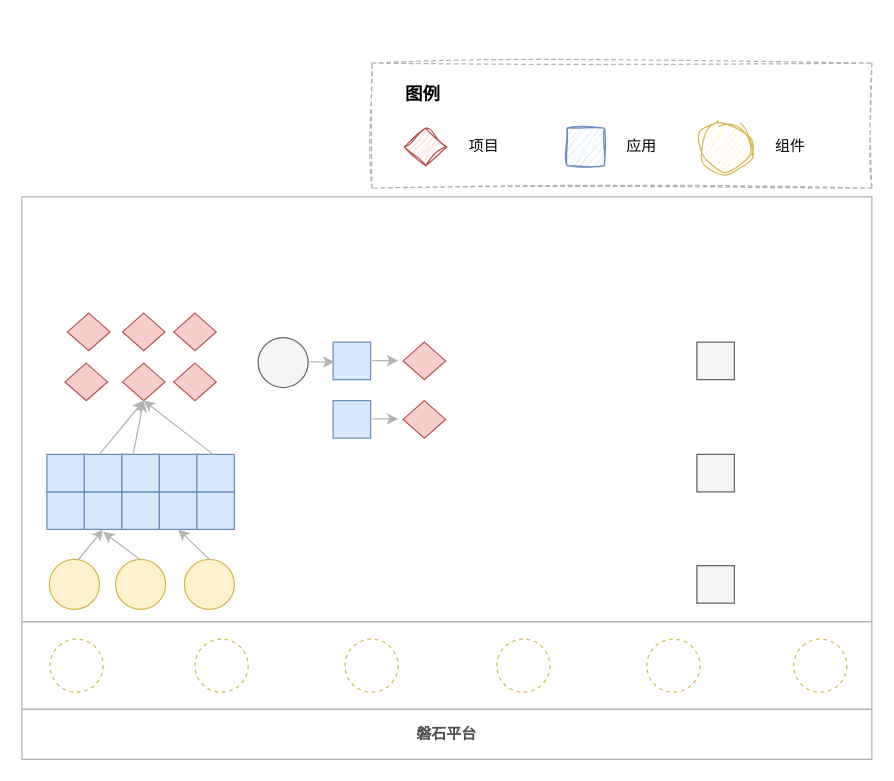
This is 低代码—项目背景.drawio from tangyaosimida/love, a draw.io file, before an edit. Source tidied: cells renumbered, new cells numbered last; positions are measured from the earlier drawing's top-left corner, leaving out a move shared by most shapes. Both pictures are drawn from the tidied source at 125%, with x=0, y=0 at pixel (21, 62).
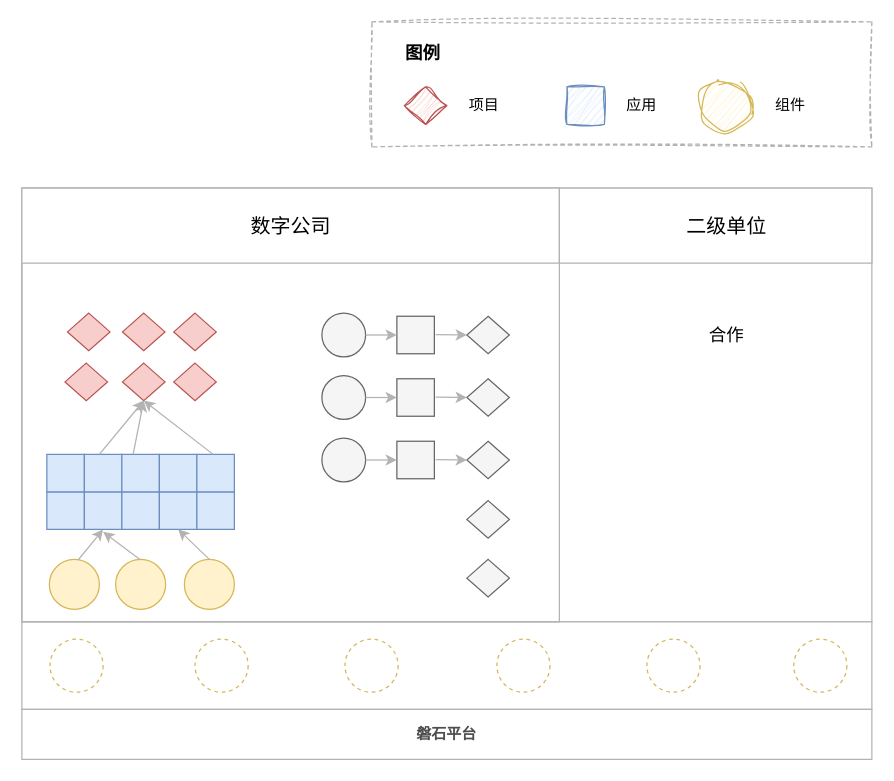
The same page after the edit.

Commit message (it also covers changes not shown here):
更新低代码—项目背景.drawio

What changed in the source:
```diff
@@
     <mxCell id="2" style="rounded=0;whiteSpace=wrap;html=1;dashed=1;strokeColor=#B3B3B3;sketch=1;curveFitting=1;jiggle=2;" parent="1" vertex="1">
-      <mxGeometry x="280" width="400" height="100" as="geometry" />
+      <mxGeometry x="280" y="-33" width="400" height="100" as="geometry" />
     </mxCell>
     <mxCell id="3" style="rounded=0;whiteSpace=wrap;html=1;strokeColor=#B3B3B3;" parent="1" vertex="1">
-      <mxGeometry y="107" width="680" height="340" as="geometry" />
+      <mxGeometry y="100" width="680" height="347" as="geometry" />
     </mxCell>
@@
     <mxCell id="29" style="ellipse;whiteSpace=wrap;html=1;fillColor=#f5f5f5;strokeColor=#666666;fontColor=#333333;" parent="1" vertex="1">
-      <mxGeometry x="189" y="219.5" width="40" height="40" as="geometry" />
+      <mxGeometry x="240" y="200" width="35" height="35" as="geometry" />
     </mxCell>
-    <mxCell id="30" style="rounded=0;whiteSpace=wrap;html=1;fillColor=#dae8fc;strokeColor=#6c8ebf;" parent="1" vertex="1">
-      <mxGeometry x="249" y="223.2" width="30" height="30" as="geometry" />
+    <mxCell id="30" style="rounded=0;whiteSpace=wrap;html=1;fillColor=#f5f5f5;strokeColor=#666666;fontColor=#333333;" parent="1" vertex="1">
+      <mxGeometry x="300" y="202.5" width="30" height="30" as="geometry" />
     </mxCell>
-    <mxCell id="31" style="rhombus;whiteSpace=wrap;html=1;fillColor=#f8cecc;strokeColor=#b85450;" parent="1" vertex="1">
-      <mxGeometry x="305" y="223.2" width="34" height="30" as="geometry" />
+    <mxCell id="31" style="rhombus;whiteSpace=wrap;html=1;fillColor=#f5f5f5;strokeColor=#666666;fontColor=#333333;" parent="1" vertex="1">
+      <mxGeometry x="356" y="202.5" width="34" height="30" as="geometry" />
     </mxCell>
-    <mxCell id="32" style="rounded=0;whiteSpace=wrap;html=1;fillColor=#dae8fc;strokeColor=#6c8ebf;" parent="1" vertex="1">
-      <mxGeometry x="249" y="270" width="30" height="30" as="geometry" />
-    </mxCell>
-    <mxCell id="33" style="rhombus;whiteSpace=wrap;html=1;fillColor=#f8cecc;strokeColor=#b85450;" parent="1" vertex="1">
-      <mxGeometry x="305" y="270" width="34" height="30" as="geometry" />
-    </mxCell>
@@
-    <mxCell id="41" style="endArrow=classic;html=1;rounded=0;entryX=0;entryY=0.5;entryDx=0;entryDy=0;strokeColor=#B3B3B3;" parent="1" edge="1">
-      <mxGeometry relative="1" as="geometry">
-        <mxPoint x="229" y="239" as="sourcePoint" />
-        <mxPoint x="250" y="239" as="targetPoint" />
-      </mxGeometry>
+    <mxCell id="41" style="endArrow=classic;html=1;rounded=0;entryX=0;entryY=0.5;entryDx=0;entryDy=0;strokeColor=#B3B3B3;exitX=1;exitY=0.5;exitDx=0;exitDy=0;" parent="1" edge="1" source="29" target="30">
+      <mxGeometry relative="1" as="geometry" />
     </mxCell>
-    <mxCell id="42" style="endArrow=classic;html=1;rounded=0;entryX=0;entryY=0.5;entryDx=0;entryDy=0;strokeColor=#B3B3B3;" parent="1" edge="1">
+    <mxCell id="42" style="endArrow=classic;html=1;rounded=0;entryX=0;entryY=0.5;entryDx=0;entryDy=0;strokeColor=#B3B3B3;" parent="1" edge="1" target="31">
       <mxGeometry relative="1" as="geometry">
-        <mxPoint x="280" y="238" as="sourcePoint" />
-        <mxPoint x="301" y="238" as="targetPoint" />
+        <mxPoint x="331" y="217.2" as="sourcePoint" />
       </mxGeometry>
     </mxCell>
-    <mxCell id="43" style="endArrow=classic;html=1;rounded=0;entryX=0;entryY=0.5;entryDx=0;entryDy=0;strokeColor=#B3B3B3;" parent="1" edge="1">
-      <mxGeometry relative="1" as="geometry">
-        <mxPoint x="280" y="284.6" as="sourcePoint" />
-        <mxPoint x="301" y="284.6" as="targetPoint" />
-      </mxGeometry>
-    </mxCell>
-    <mxCell id="44" style="rounded=0;whiteSpace=wrap;html=1;fillColor=#f5f5f5;strokeColor=#666666;fontColor=#333333;" parent="1" vertex="1">
-      <mxGeometry x="540" y="223.2" width="30" height="30" as="geometry" />
-    </mxCell>
-    <mxCell id="45" style="rounded=0;whiteSpace=wrap;html=1;fillColor=#f5f5f5;strokeColor=#666666;fontColor=#333333;" parent="1" vertex="1">
-      <mxGeometry x="540" y="313" width="30" height="30" as="geometry" />
-    </mxCell>
-    <mxCell id="46" style="rounded=0;whiteSpace=wrap;html=1;fillColor=#f5f5f5;strokeColor=#666666;fontColor=#333333;" parent="1" vertex="1">
-      <mxGeometry x="540" y="402" width="30" height="30" as="geometry" />
-    </mxCell>
     <mxCell id="47" style="rounded=0;whiteSpace=wrap;html=1;fillColor=#dae8fc;strokeColor=#6c8ebf;sketch=1;curveFitting=1;jiggle=2;" parent="1" vertex="1">
-      <mxGeometry x="436" y="52" width="30" height="30" as="geometry" />
+      <mxGeometry x="436" y="19" width="30" height="30" as="geometry" />
     </mxCell>
     <mxCell id="48" style="rhombus;whiteSpace=wrap;html=1;fillColor=#f8cecc;strokeColor=#b85450;sketch=1;curveFitting=1;jiggle=2;" parent="1" vertex="1">
-      <mxGeometry x="306" y="52" width="34" height="30" as="geometry" />
+      <mxGeometry x="306" y="19" width="34" height="30" as="geometry" />
     </mxCell>
     <mxCell id="49" style="ellipse;whiteSpace=wrap;html=1;fillColor=#fff2cc;strokeColor=#d6b656;sketch=1;curveFitting=1;jiggle=2;" parent="1" vertex="1">
-      <mxGeometry x="542.5" y="45.8" width="42.5" height="42.5" as="geometry" />
+      <mxGeometry x="542.5" y="12.8" width="42.5" height="42.5" as="geometry" />
     </mxCell>
     <mxCell id="50" value="项目" style="text;html=1;strokeColor=none;fillColor=none;align=center;verticalAlign=middle;whiteSpace=wrap;rounded=0;" parent="1" vertex="1">
-      <mxGeometry x="340" y="52" width="60" height="30" as="geometry" />
+      <mxGeometry x="340" y="19" width="60" height="30" as="geometry" />
     </mxCell>
     <mxCell id="51" value="应用" style="text;html=1;strokeColor=none;fillColor=none;align=center;verticalAlign=middle;whiteSpace=wrap;rounded=0;" parent="1" vertex="1">
-      <mxGeometry x="466" y="52" width="60" height="30" as="geometry" />
+      <mxGeometry x="466" y="19" width="60" height="30" as="geometry" />
     </mxCell>
     <mxCell id="52" value="组件" style="text;html=1;strokeColor=none;fillColor=none;align=center;verticalAlign=middle;whiteSpace=wrap;rounded=0;" parent="1" vertex="1">
-      <mxGeometry x="585" y="52" width="60" height="30" as="geometry" />
+      <mxGeometry x="585" y="19" width="60" height="30" as="geometry" />
     </mxCell>
     <mxCell id="53" value="&lt;font style=&quot;font-size: 14px;&quot;&gt;图例&lt;/font&gt;" style="text;html=1;strokeColor=none;fillColor=none;align=center;verticalAlign=middle;whiteSpace=wrap;rounded=0;fontStyle=1;" parent="1" vertex="1">
-      <mxGeometry x="291" y="10" width="60" height="30" as="geometry" />
+      <mxGeometry x="291" y="-23" width="60" height="30" as="geometry" />
     </mxCell>
@@
+    <mxCell id="55" style="rounded=0;whiteSpace=wrap;html=1;fillColor=none;fontColor=#333333;strokeColor=#B3B3B3;" parent="1" vertex="1">
+      <mxGeometry y="100" width="430" height="347" as="geometry" />
+    </mxCell>
+    <mxCell id="56" style="ellipse;whiteSpace=wrap;html=1;fillColor=#f5f5f5;strokeColor=#666666;fontColor=#333333;" parent="1" vertex="1">
+      <mxGeometry x="240" y="250" width="35" height="35" as="geometry" />
+    </mxCell>
+    <mxCell id="57" style="rounded=0;whiteSpace=wrap;html=1;fillColor=#f5f5f5;strokeColor=#666666;fontColor=#333333;" parent="1" vertex="1">
+      <mxGeometry x="300" y="252.5" width="30" height="30" as="geometry" />
+    </mxCell>
+    <mxCell id="58" style="rhombus;whiteSpace=wrap;html=1;fillColor=#f5f5f5;strokeColor=#666666;fontColor=#333333;" parent="1" vertex="1">
+      <mxGeometry x="356" y="252.5" width="34" height="30" as="geometry" />
+    </mxCell>
+    <mxCell id="59" style="endArrow=classic;html=1;rounded=0;entryX=0;entryY=0.5;entryDx=0;entryDy=0;strokeColor=#B3B3B3;exitX=1;exitY=0.5;exitDx=0;exitDy=0;" parent="1" edge="1" source="56" target="57">
+      <mxGeometry relative="1" as="geometry" />
+    </mxCell>
+    <mxCell id="60" style="endArrow=classic;html=1;rounded=0;entryX=0;entryY=0.5;entryDx=0;entryDy=0;strokeColor=#B3B3B3;" parent="1" edge="1" target="58">
+      <mxGeometry relative="1" as="geometry">
+        <mxPoint x="331" y="267.2" as="sourcePoint" />
+      </mxGeometry>
+    </mxCell>
+    <mxCell id="61" style="ellipse;whiteSpace=wrap;html=1;fillColor=#f5f5f5;strokeColor=#666666;fontColor=#333333;" parent="1" vertex="1">
+      <mxGeometry x="240" y="300" width="35" height="35" as="geometry" />
+    </mxCell>
+    <mxCell id="62" style="rounded=0;whiteSpace=wrap;html=1;fillColor=#f5f5f5;strokeColor=#666666;fontColor=#333333;" parent="1" vertex="1">
+      <mxGeometry x="300" y="302.5" width="30" height="30" as="geometry" />
+    </mxCell>
+    <mxCell id="63" style="rhombus;whiteSpace=wrap;html=1;fillColor=#f5f5f5;strokeColor=#666666;fontColor=#333333;" parent="1" vertex="1">
+      <mxGeometry x="356" y="302.5" width="34" height="30" as="geometry" />
+    </mxCell>
+    <mxCell id="64" style="endArrow=classic;html=1;rounded=0;entryX=0;entryY=0.5;entryDx=0;entryDy=0;strokeColor=#B3B3B3;exitX=1;exitY=0.5;exitDx=0;exitDy=0;" parent="1" edge="1" source="61" target="62">
+      <mxGeometry relative="1" as="geometry" />
+    </mxCell>
+    <mxCell id="65" style="endArrow=classic;html=1;rounded=0;entryX=0;entryY=0.5;entryDx=0;entryDy=0;strokeColor=#B3B3B3;" parent="1" edge="1" target="63">
+      <mxGeometry relative="1" as="geometry">
+        <mxPoint x="331" y="317.2" as="sourcePoint" />
+      </mxGeometry>
+    </mxCell>
+    <mxCell id="66" style="rhombus;whiteSpace=wrap;html=1;fillColor=#f5f5f5;strokeColor=#666666;fontColor=#333333;" parent="1" vertex="1">
+      <mxGeometry x="356" y="350" width="34" height="30" as="geometry" />
+    </mxCell>
+    <mxCell id="67" style="rhombus;whiteSpace=wrap;html=1;fillColor=#f5f5f5;strokeColor=#666666;fontColor=#333333;" parent="1" vertex="1">
+      <mxGeometry x="356" y="397" width="34" height="30" as="geometry" />
+    </mxCell>
+    <mxCell id="68" style="rounded=0;whiteSpace=wrap;html=1;strokeColor=#B3B3B3;" parent="1" vertex="1">
+      <mxGeometry y="100" width="430" height="60" as="geometry" />
+    </mxCell>
+    <mxCell id="69" style="rounded=0;whiteSpace=wrap;html=1;strokeColor=#B3B3B3;" parent="1" vertex="1">
+      <mxGeometry x="430" y="100" width="250" height="60" as="geometry" />
+    </mxCell>
+    <mxCell id="70" value="&lt;font style=&quot;font-size: 16px;&quot;&gt;数字公司&lt;/font&gt;" style="text;html=1;align=center;verticalAlign=middle;whiteSpace=wrap;rounded=0;" parent="1" vertex="1">
+      <mxGeometry x="167.5" y="115" width="95" height="30" as="geometry" />
+    </mxCell>
+    <mxCell id="71" value="&lt;font style=&quot;font-size: 16px;&quot;&gt;二级单位&lt;/font&gt;" style="text;html=1;align=center;verticalAlign=middle;whiteSpace=wrap;rounded=0;" parent="1" vertex="1">
+      <mxGeometry x="520.6" y="115" width="86.2" height="30" as="geometry" />
+    </mxCell>
+    <mxCell id="72" value="&lt;font style=&quot;font-size: 14px;&quot;&gt;合作&lt;/font&gt;" style="text;html=1;align=center;verticalAlign=middle;whiteSpace=wrap;rounded=0;" parent="1" vertex="1">
+      <mxGeometry x="533.8" y="202.5" width="60" height="30" as="geometry" />
+    </mxCell>
```
